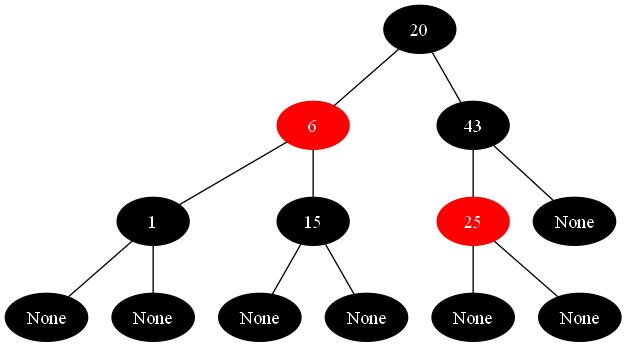
UofA522/Project2 keeps this Graphviz diagram as rbt_after_delete.png. Above is the earlier version. Its source is kept beside it as rbt_after_delete.dot.
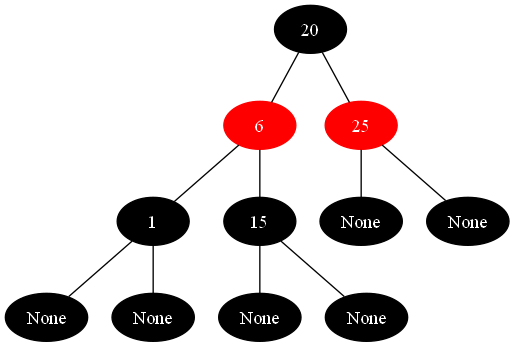
After the change.

Diff of the diagram source:
```diff
@@ -7,11 +7,9 @@
 	 5 [label="15", color=black, style=filled, fontcolor=white];
 	 6 [label="None", color=black, style=filled, fontcolor=white];
 	 7 [label="None", color=black, style=filled, fontcolor=white];
-	 8 [label="43", color=black, style=filled, fontcolor=white];
-	 9 [label="25", color=red, style=filled, fontcolor=white];
+	 8 [label="25", color=red, style=filled, fontcolor=white];
+	 9 [label="None", color=black, style=filled, fontcolor=white];
 	 10 [label="None", color=black, style=filled, fontcolor=white];
-	 11 [label="None", color=black, style=filled, fontcolor=white];
-	 12 [label="None", color=black, style=filled, fontcolor=white];
 	 0 -- 1;
 	 1 -- 2;
 	 2 -- 3;
@@ -21,7 +19,5 @@
 	 5 -- 7;
 	 0 -- 8;
 	 8 -- 9;
-	 9 -- 10;
-	 9 -- 11;
-	 8 -- 12;
+	 8 -- 10;
 }
```
